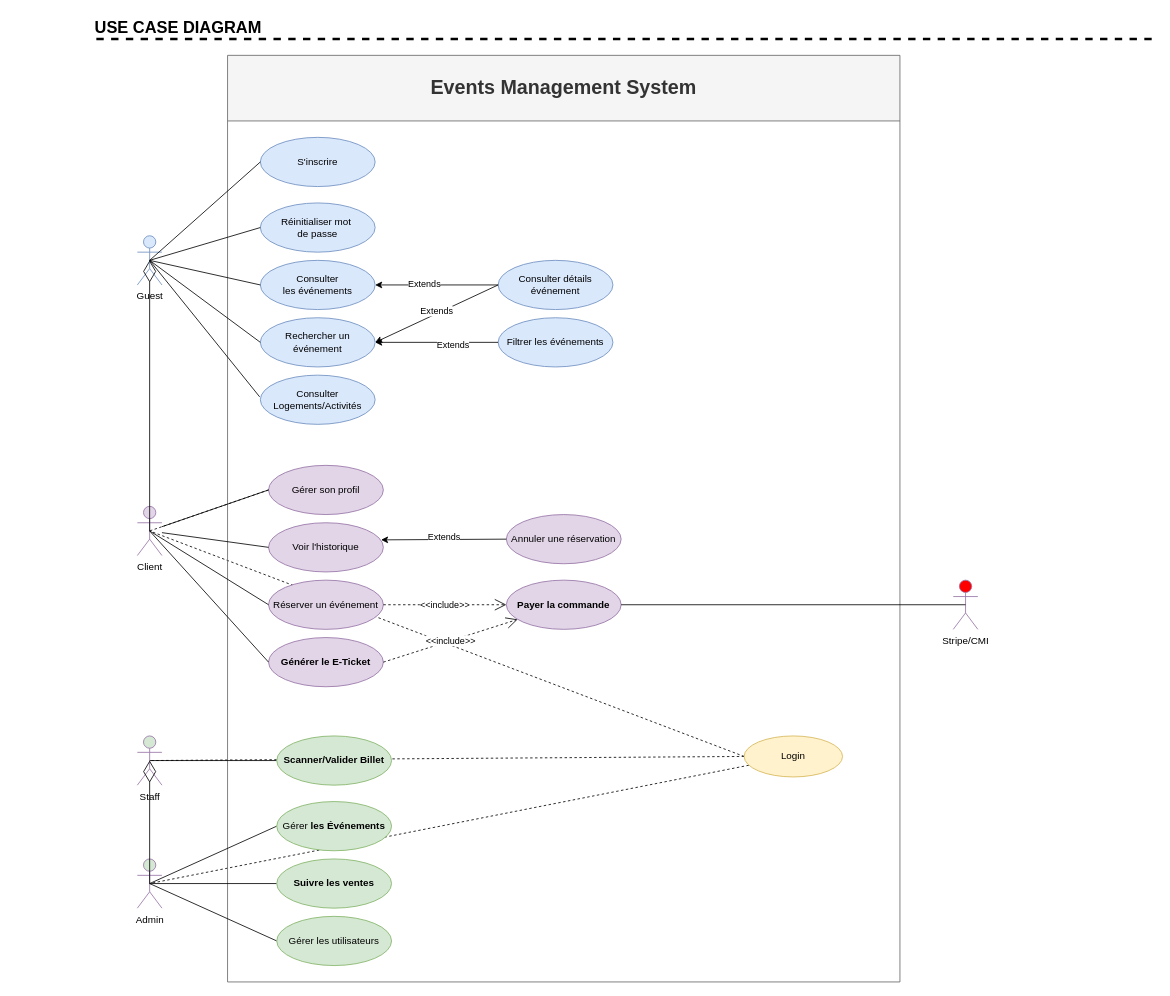
The draw.io diagram docs/conception/use-case-diagram.drawio in Keltoummalouki/Morocco360, before the edit. Source tidied: cells renumbered, new cells numbered last; positions are measured from the earlier drawing's top-left corner, leaving out a move shared by most shapes. Both pictures are drawn from the tidied source at 82%, with x=0, y=0 at pixel (14, 14).
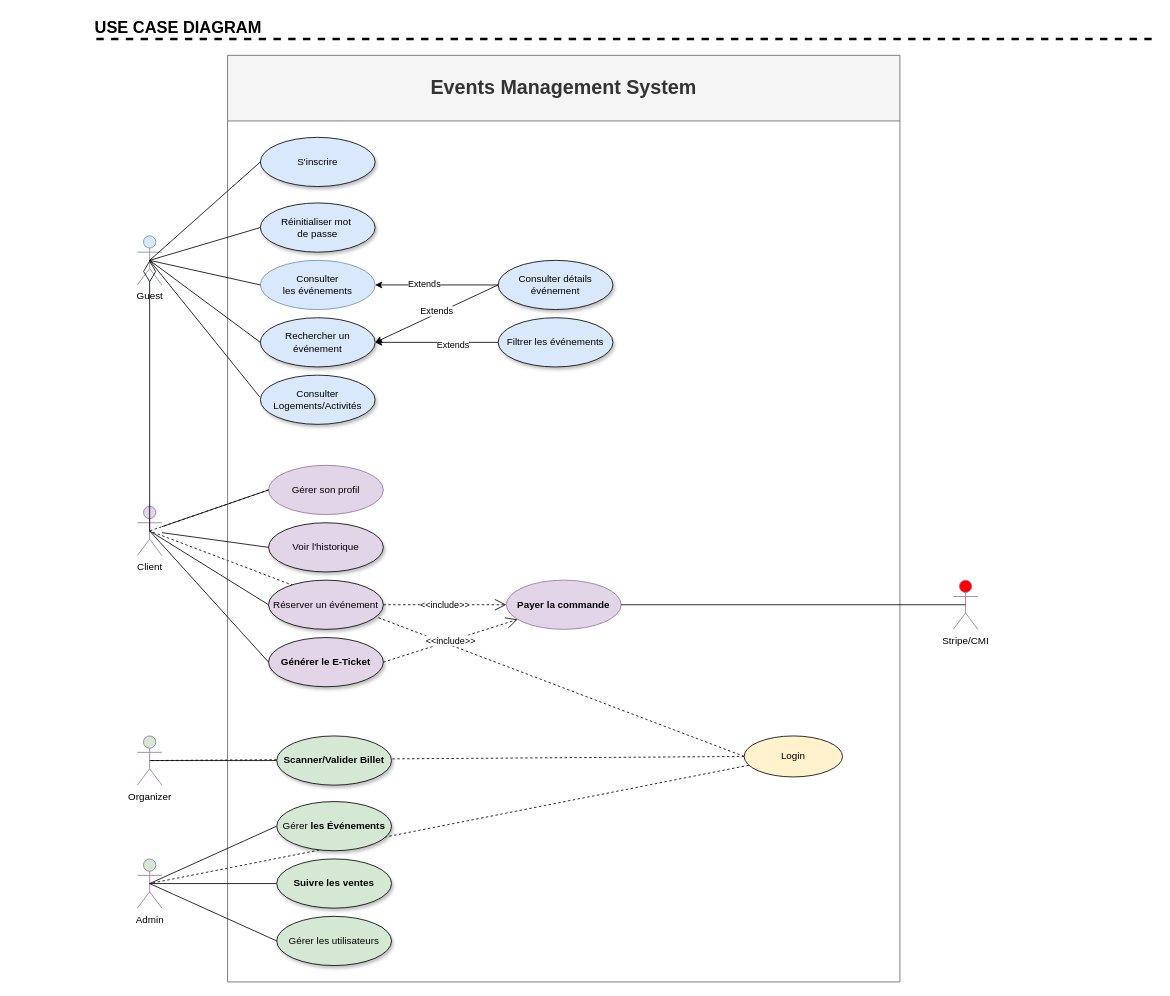
Above is the later version.

Commit message (it also covers changes not shown here):
refactor(orders,docs): add cascade delete to ticket-category relation and update diagrams

The change refers to these unchanged cells:
```xml
<mxCell id="9" value="&lt;font style=&quot;font-size: 24px;&quot;&gt;Events Management System&lt;/font&gt;" style="swimlane;whiteSpace=wrap;html=1;startSize=80;fillColor=#f5f5f5;strokeColor=#666666;fontColor=#333333;" parent="1" vertex="1">
  <mxGeometry x="260" y="50" width="820" height="1130" as="geometry" />
</mxCell>
<mxCell id="39" value="Admin " style="shape=umlActor;verticalLabelPosition=bottom;verticalAlign=top;html=1;outlineConnect=0;fillColor=#D5E8D4;strokeColor=#9673a6;" parent="1" vertex="1">
  <mxGeometry x="150" y="1030" width="30" height="60" as="geometry" />
</mxCell>
```

Diff of the diagram source:
```diff
@@
-    <mxCell id="10" value="Rechercher un événement" style="ellipse;whiteSpace=wrap;html=1;fillColor=#dae8fc;strokeColor=#6c8ebf;" parent="9" vertex="1">
+    <mxCell id="10" value="Rechercher un événement" style="ellipse;whiteSpace=wrap;html=1;fillColor=#dae8fc;strokeColor=#000000;shadow=1;" parent="9" vertex="1">
       <mxGeometry x="40" y="320" width="140" height="60" as="geometry" />
     </mxCell>
-    <mxCell id="11" value="Réinitialiser mot&amp;nbsp;&lt;div&gt;de passe&lt;/div&gt;" style="ellipse;whiteSpace=wrap;html=1;fillColor=#dae8fc;strokeColor=#6c8ebf;" parent="9" vertex="1">
+    <mxCell id="11" value="Réinitialiser mot&amp;nbsp;&lt;div&gt;de passe&lt;/div&gt;" style="ellipse;whiteSpace=wrap;html=1;fillColor=#dae8fc;strokeColor=#000000;shadow=1;" parent="9" vertex="1">
       <mxGeometry x="40" y="180" width="140" height="60" as="geometry" />
     </mxCell>
-    <mxCell id="12" value="Voir l'historique" style="ellipse;whiteSpace=wrap;html=1;fillColor=#e1d5e7;strokeColor=#9673a6;" parent="9" vertex="1">
+    <mxCell id="12" value="Voir l'historique" style="ellipse;whiteSpace=wrap;html=1;fillColor=#e1d5e7;strokeColor=#000000;shadow=1;" parent="9" vertex="1">
       <mxGeometry x="50" y="570" width="140" height="60" as="geometry" />
     </mxCell>
-    <mxCell id="13" value="Filtrer les événements" style="ellipse;whiteSpace=wrap;html=1;fillColor=#dae8fc;strokeColor=#6c8ebf;" parent="9" vertex="1">
+    <mxCell id="13" value="Filtrer les événements" style="ellipse;whiteSpace=wrap;html=1;fillColor=#dae8fc;strokeColor=#000000;shadow=1;" parent="9" vertex="1">
       <mxGeometry x="330" y="320" width="140" height="60" as="geometry" />
     </mxCell>
-    <mxCell id="14" value="Consulter détails événement" style="ellipse;whiteSpace=wrap;html=1;fillColor=#dae8fc;strokeColor=#6c8ebf;" parent="9" vertex="1">
+    <mxCell id="14" value="Consulter détails événement" style="ellipse;whiteSpace=wrap;html=1;fillColor=#dae8fc;strokeColor=#000000;shadow=1;" parent="9" vertex="1">
       <mxGeometry x="330" y="250" width="140" height="60" as="geometry" />
     </mxCell>
-    <mxCell id="15" value="Consulter Logements/Activités" style="ellipse;whiteSpace=wrap;html=1;fillColor=#dae8fc;strokeColor=#6c8ebf;" parent="9" vertex="1">
+    <mxCell id="15" value="Consulter Logements/Activités" style="ellipse;whiteSpace=wrap;html=1;fillColor=#dae8fc;strokeColor=#000000;shadow=1;" parent="9" vertex="1">
       <mxGeometry x="40" y="390" width="140" height="60" as="geometry" />
     </mxCell>
@@
-    <mxCell id="24" value="S'inscrire " style="ellipse;whiteSpace=wrap;html=1;fillColor=#dae8fc;strokeColor=#6c8ebf;" parent="9" vertex="1">
+    <mxCell id="24" value="S'inscrire " style="ellipse;whiteSpace=wrap;html=1;fillColor=#dae8fc;strokeColor=#000000;shadow=1;" parent="9" vertex="1">
       <mxGeometry x="40" y="100" width="140" height="60" as="geometry" />
     </mxCell>
-    <mxCell id="25" value="Réserver un événement" style="ellipse;whiteSpace=wrap;html=1;fillColor=#e1d5e7;strokeColor=#9673a6;" parent="9" vertex="1">
+    <mxCell id="25" value="Réserver un événement" style="ellipse;whiteSpace=wrap;html=1;fillColor=#e1d5e7;strokeColor=#000000;shadow=1;" parent="9" vertex="1">
       <mxGeometry x="50" y="640" width="140" height="60" as="geometry" />
     </mxCell>
-    <mxCell id="26" value="Annuler une réservation" style="ellipse;whiteSpace=wrap;html=1;fillColor=#e1d5e7;strokeColor=#9673a6;" parent="9" vertex="1">
-      <mxGeometry x="340" y="560" width="140" height="60" as="geometry" />
-    </mxCell>
@@
-    <mxCell id="29" value="&lt;span&gt;&lt;b&gt;Générer le E-Ticket&lt;/b&gt;&lt;/span&gt;" style="ellipse;whiteSpace=wrap;html=1;fillColor=#e1d5e7;strokeColor=#9673a6;" parent="9" vertex="1">
+    <mxCell id="29" value="&lt;span&gt;&lt;b&gt;Générer le E-Ticket&lt;/b&gt;&lt;/span&gt;" style="ellipse;whiteSpace=wrap;html=1;fillColor=#e1d5e7;strokeColor=#000000;shadow=1;" parent="9" vertex="1">
       <mxGeometry x="50" y="710" width="140" height="60" as="geometry" />
     </mxCell>
-    <mxCell id="30" value="Login" style="ellipse;whiteSpace=wrap;html=1;fillColor=#fff2cc;strokeColor=#d6b656;" parent="9" vertex="1">
+    <mxCell id="30" value="Login" style="ellipse;whiteSpace=wrap;html=1;fillColor=#fff2cc;strokeColor=#000000;shadow=0;" parent="9" vertex="1">
       <mxGeometry x="630" y="830" width="120" height="50" as="geometry" />
     </mxCell>
-    <mxCell id="31" style="endArrow=classic;html=1;entryX=0.98;entryY=0.348;entryDx=0;entryDy=0;exitX=0;exitY=0.5;exitDx=0;exitDy=0;entryPerimeter=0;" parent="9" edge="1" source="26" target="12">
-      <mxGeometry relative="1" as="geometry" />
-    </mxCell>
-    <mxCell id="32" value="&lt;span style=&quot;color: rgb(0, 0, 0);&quot;&gt;Extends&lt;/span&gt;" style="edgeLabel;html=1;align=center;verticalAlign=middle;" parent="31" vertex="1">
-      <mxGeometry x="-0.01" y="-4" relative="1" as="geometry" />
-    </mxCell>
@@
-    <mxCell id="47" value="Staff" style="shape=umlActor;verticalLabelPosition=bottom;verticalAlign=top;html=1;outlineConnect=0;fillColor=#D5E8D4;strokeColor=#9673a6;" parent="1" vertex="1">
+    <mxCell id="47" value="Organizer" style="shape=umlActor;verticalLabelPosition=bottom;verticalAlign=top;html=1;outlineConnect=0;fillColor=#D5E8D4;strokeColor=#9673a6;" parent="1" vertex="1">
       <mxGeometry x="150" y="880" width="30" height="60" as="geometry" />
     </mxCell>
@@
-    <mxCell id="51" value="&lt;span&gt;&lt;b&gt;Scanner/Valider Billet&lt;/b&gt;&lt;/span&gt;" style="ellipse;whiteSpace=wrap;html=1;fillColor=#d5e8d4;strokeColor=#82b366;" parent="1" vertex="1">
+    <mxCell id="51" value="&lt;span&gt;&lt;b&gt;Scanner/Valider Billet&lt;/b&gt;&lt;/span&gt;" style="ellipse;whiteSpace=wrap;html=1;fillColor=#d5e8d4;strokeColor=#000000;shadow=1;" parent="1" vertex="1">
       <mxGeometry x="320" y="880" width="140" height="60" as="geometry" />
     </mxCell>
-    <mxCell id="52" value="&lt;span&gt;&lt;b&gt;&lt;span style=&quot;color: rgb(0, 0, 0); font-weight: 400;&quot;&gt;Gérer&amp;nbsp;&lt;/span&gt;les Événements&lt;/b&gt;&lt;/span&gt;" style="ellipse;whiteSpace=wrap;html=1;fillColor=#d5e8d4;strokeColor=#82b366;" parent="1" vertex="1">
+    <mxCell id="52" value="&lt;span&gt;&lt;b&gt;&lt;span style=&quot;color: rgb(0, 0, 0); font-weight: 400;&quot;&gt;Gérer&amp;nbsp;&lt;/span&gt;les Événements&lt;/b&gt;&lt;/span&gt;" style="ellipse;whiteSpace=wrap;html=1;fillColor=#d5e8d4;strokeColor=#000000;shadow=1;" parent="1" vertex="1">
       <mxGeometry x="320" y="960" width="140" height="60" as="geometry" />
     </mxCell>
-    <mxCell id="53" value="&lt;span&gt;&lt;b&gt;Suivre les ventes&lt;/b&gt;&lt;/span&gt;" style="ellipse;whiteSpace=wrap;html=1;fillColor=#d5e8d4;strokeColor=#82b366;" parent="1" vertex="1">
+    <mxCell id="53" value="&lt;span&gt;&lt;b&gt;Suivre les ventes&lt;/b&gt;&lt;/span&gt;" style="ellipse;whiteSpace=wrap;html=1;fillColor=#d5e8d4;strokeColor=#000000;shadow=1;" parent="1" vertex="1">
       <mxGeometry x="320" y="1030" width="140" height="60" as="geometry" />
     </mxCell>
-    <mxCell id="54" value="Gérer les utilisateurs" style="ellipse;whiteSpace=wrap;html=1;fillColor=#d5e8d4;strokeColor=#82b366;" parent="1" vertex="1">
+    <mxCell id="54" value="Gérer les utilisateurs" style="ellipse;whiteSpace=wrap;html=1;fillColor=#d5e8d4;strokeColor=#000000;shadow=1;" parent="1" vertex="1">
       <mxGeometry x="320" y="1100" width="140" height="60" as="geometry" />
     </mxCell>
@@
-    <mxCell id="57" style="endArrow=diamondThin;endFill=0;endSize=24;html=1;entryX=0.5;entryY=0.5;entryDx=0;entryDy=0;entryPerimeter=0;exitX=0.5;exitY=0.5;exitDx=0;exitDy=0;exitPerimeter=0;" parent="1" edge="1" source="39" target="47">
-      <mxGeometry relative="1" as="geometry" />
-    </mxCell>
```
